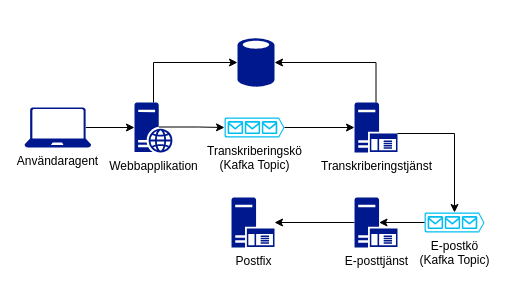
Above: docs/images/system-nodes.drawio in seffradev/youtube-transcription-service (draw.io), before the change. Source tidied: cells renumbered, new cells numbered last; positions are measured from the earlier drawing's top-left corner, leaving out a move shared by most shapes. Both pictures are drawn from the tidied source at 100%, with x=0, y=0 at pixel (24, 37).
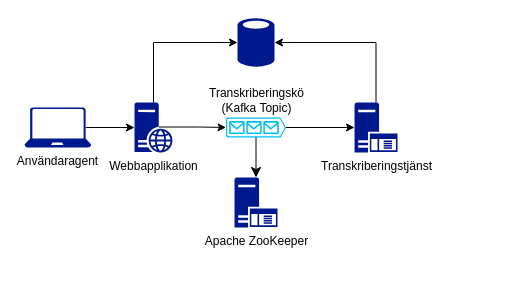
The same page after the edit.

What changed in the source:
```diff
@@
 <mxGraphModel>
   <root>
     <mxCell id="0" />
     <mxCell id="1" parent="0" />
-    <mxCell id="2" style="edgeStyle=orthogonalEdgeStyle;rounded=0;jettySize=auto;html=1;" parent="1" edge="1" source="3" target="17">
-      <mxGeometry relative="1" as="geometry" />
-    </mxCell>
-    <mxCell id="3" value="&lt;div&gt;E-posttjänst&lt;/div&gt;" style="sketch=0;shadow=0;dashed=0;html=1;strokeColor=none;labelPosition=center;verticalLabelPosition=bottom;verticalAlign=top;align=center;fillColor=#00188D;shape=mxgraph.mscae.enterprise.application_server;" parent="1" vertex="1">
-      <mxGeometry x="330" y="160" width="43" height="50" as="geometry" />
-    </mxCell>
-    <mxCell id="4" style="sketch=0;shadow=0;dashed=0;html=1;strokeColor=none;labelPosition=center;verticalLabelPosition=bottom;verticalAlign=top;align=center;fillColor=#00188D;shape=mxgraph.mscae.enterprise.database_generic;" parent="1" vertex="1">
-      <mxGeometry x="213" width="37" height="50" as="geometry" />
+    <mxCell id="4" style="shadow=0;dashed=0;html=1;strokeColor=none;labelPosition=center;verticalLabelPosition=bottom;verticalAlign=top;align=center;fillColor=#00188D;shape=mxgraph.mscae.enterprise.database_generic;" parent="1" vertex="1">
+      <mxGeometry x="213" y="-20" width="37" height="50" as="geometry" />
     </mxCell>
-    <mxCell id="5" value="Webbapplikation" style="sketch=0;shadow=0;dashed=0;html=1;strokeColor=none;labelPosition=center;verticalLabelPosition=bottom;verticalAlign=top;align=center;fillColor=#00188D;shape=mxgraph.mscae.enterprise.web_server;" parent="1" vertex="1">
+    <mxCell id="5" value="Webbapplikation" style="shadow=0;dashed=0;html=1;strokeColor=none;labelPosition=center;verticalLabelPosition=bottom;verticalAlign=top;align=center;fillColor=#00188D;shape=mxgraph.mscae.enterprise.web_server;" parent="1" vertex="1">
       <mxGeometry x="110" y="65" width="38" height="50" as="geometry" />
     </mxCell>
-    <mxCell id="6" value="Användaragent" style="sketch=0;shadow=0;dashed=0;html=1;strokeColor=none;labelPosition=center;verticalLabelPosition=bottom;verticalAlign=top;align=center;fillColor=#00188D;shape=mxgraph.azure.laptop;" parent="1" vertex="1">
+    <mxCell id="6" value="Användaragent" style="shadow=0;dashed=0;html=1;strokeColor=none;labelPosition=center;verticalLabelPosition=bottom;verticalAlign=top;align=center;fillColor=#00188D;shape=mxgraph.azure.laptop;" parent="1" vertex="1">
       <mxGeometry y="70" width="66.7" height="40" as="geometry" />
     </mxCell>
-    <mxCell id="7" value="&lt;div&gt;Transkriberingskö&lt;/div&gt;&lt;div&gt;(Kafka Topic)&lt;br&gt;&lt;/div&gt;" style="verticalLabelPosition=bottom;html=1;verticalAlign=top;align=center;strokeColor=none;fillColor=#00BEF2;shape=mxgraph.azure.queue_generic;" parent="1" vertex="1">
-      <mxGeometry x="200" y="80" width="60" height="20" as="geometry" />
-    </mxCell>
-    <mxCell id="8" value="&lt;div&gt;E-postkö&lt;/div&gt;&lt;div&gt;(Kafka Topic)&lt;br&gt;&lt;/div&gt;" style="verticalLabelPosition=bottom;html=1;verticalAlign=top;align=center;strokeColor=none;fillColor=#00BEF2;shape=mxgraph.azure.queue_generic;" parent="1" vertex="1">
-      <mxGeometry x="400" y="175" width="60" height="20" as="geometry" />
-    </mxCell>
-    <mxCell id="9" value="Transkriberingstjänst" style="sketch=0;shadow=0;dashed=0;html=1;strokeColor=none;labelPosition=center;verticalLabelPosition=bottom;verticalAlign=top;align=center;fillColor=#00188D;shape=mxgraph.mscae.enterprise.application_server;" parent="1" vertex="1">
+    <mxCell id="9" value="Transkriberingstjänst" style="shadow=0;dashed=0;html=1;strokeColor=none;labelPosition=center;verticalLabelPosition=bottom;verticalAlign=top;align=center;fillColor=#00188D;shape=mxgraph.mscae.enterprise.application_server;" parent="1" vertex="1">
       <mxGeometry x="330" y="65" width="43" height="50" as="geometry" />
     </mxCell>
     <mxCell id="10" style="edgeStyle=orthogonalEdgeStyle;rounded=0;jettySize=auto;html=1;exitX=0.5;exitY=0;exitDx=0;exitDy=0;exitPerimeter=0;entryX=0;entryY=0.5;entryDx=0;entryDy=0;entryPerimeter=0;" parent="1" edge="1" source="5" target="4">
       <mxGeometry relative="1" as="geometry" />
     </mxCell>
     <mxCell id="11" style="edgeStyle=orthogonalEdgeStyle;rounded=0;jettySize=auto;html=1;exitX=0.5;exitY=0;exitDx=0;exitDy=0;exitPerimeter=0;entryX=1;entryY=0.5;entryDx=0;entryDy=0;entryPerimeter=0;" parent="1" edge="1" source="9" target="4">
       <mxGeometry relative="1" as="geometry" />
     </mxCell>
     <mxCell id="12" style="edgeStyle=orthogonalEdgeStyle;rounded=0;jettySize=auto;html=1;exitX=1;exitY=0.51;exitDx=0;exitDy=0;exitPerimeter=0;entryX=0;entryY=0.5;entryDx=0;entryDy=0;entryPerimeter=0;" parent="1" edge="1" source="7" target="9">
       <mxGeometry relative="1" as="geometry">
         <Array as="points">
           <mxPoint x="330" y="90" />
         </Array>
       </mxGeometry>
     </mxCell>
     <mxCell id="13" style="edgeStyle=orthogonalEdgeStyle;rounded=0;jettySize=auto;html=1;exitX=0.64;exitY=0.49;exitDx=0;exitDy=0;exitPerimeter=0;entryX=0;entryY=0.5;entryDx=0;entryDy=0;entryPerimeter=0;" parent="1" edge="1" source="5" target="7">
       <mxGeometry relative="1" as="geometry" />
     </mxCell>
     <mxCell id="14" style="edgeStyle=orthogonalEdgeStyle;rounded=0;jettySize=auto;html=1;exitX=0.92;exitY=0.5;exitDx=0;exitDy=0;exitPerimeter=0;entryX=0;entryY=0.5;entryDx=0;entryDy=0;entryPerimeter=0;" parent="1" edge="1" source="6" target="5">
       <mxGeometry relative="1" as="geometry" />
     </mxCell>
-    <mxCell id="15" style="edgeStyle=orthogonalEdgeStyle;rounded=0;jettySize=auto;html=1;exitX=1;exitY=0.62;exitDx=0;exitDy=0;exitPerimeter=0;entryX=0.5;entryY=0;entryDx=0;entryDy=0;entryPerimeter=0;" parent="1" edge="1" source="9" target="8">
-      <mxGeometry relative="1" as="geometry" />
-    </mxCell>
-    <mxCell id="16" style="edgeStyle=orthogonalEdgeStyle;rounded=0;jettySize=auto;html=1;exitX=0;exitY=0.5;exitDx=0;exitDy=0;exitPerimeter=0;entryX=0.57;entryY=0.5;entryDx=0;entryDy=0;entryPerimeter=0;" parent="1" edge="1" source="8" target="3">
-      <mxGeometry relative="1" as="geometry" />
-    </mxCell>
-    <mxCell id="17" value="Postfix" style="sketch=0;shadow=0;dashed=0;html=1;strokeColor=none;labelPosition=center;verticalLabelPosition=bottom;verticalAlign=top;align=center;fillColor=#00188D;shape=mxgraph.mscae.enterprise.application_server;" parent="1" vertex="1">
-      <mxGeometry x="207" y="160" width="43" height="50" as="geometry" />
-    </mxCell>
+    <mxCell id="7" value="&lt;div&gt;Transkriberingskö&lt;/div&gt;&lt;div&gt;(Kafka Topic)&lt;br&gt;&lt;/div&gt;" style="verticalLabelPosition=top;html=1;verticalAlign=bottom;align=center;strokeColor=none;fillColor=#00BEF2;shape=mxgraph.azure.queue_generic;labelPosition=center;" parent="1" vertex="1">
+      <mxGeometry x="201.5" y="80" width="60" height="20" as="geometry" />
+    </mxCell>
+    <mxCell id="18" value="Apache ZooKeeper" style="shadow=0;dashed=0;html=1;strokeColor=none;labelPosition=center;verticalLabelPosition=bottom;verticalAlign=top;align=center;fillColor=#00188D;shape=mxgraph.mscae.enterprise.application_server;" parent="1" vertex="1">
+      <mxGeometry x="210" y="140" width="43" height="50" as="geometry" />
+    </mxCell>
+    <mxCell id="19" style="edgeStyle=none;curved=1;rounded=0;jettySize=auto;html=1;exitX=0.5;exitY=1;exitDx=0;exitDy=0;exitPerimeter=0;entryX=0.5;entryY=0;entryDx=0;entryDy=0;entryPerimeter=0;fontSize=12;startSize=8;endSize=8;" parent="1" edge="1" source="7" target="18">
+      <mxGeometry relative="1" as="geometry" />
+    </mxCell>
   </root>
 </mxGraphModel>
```
